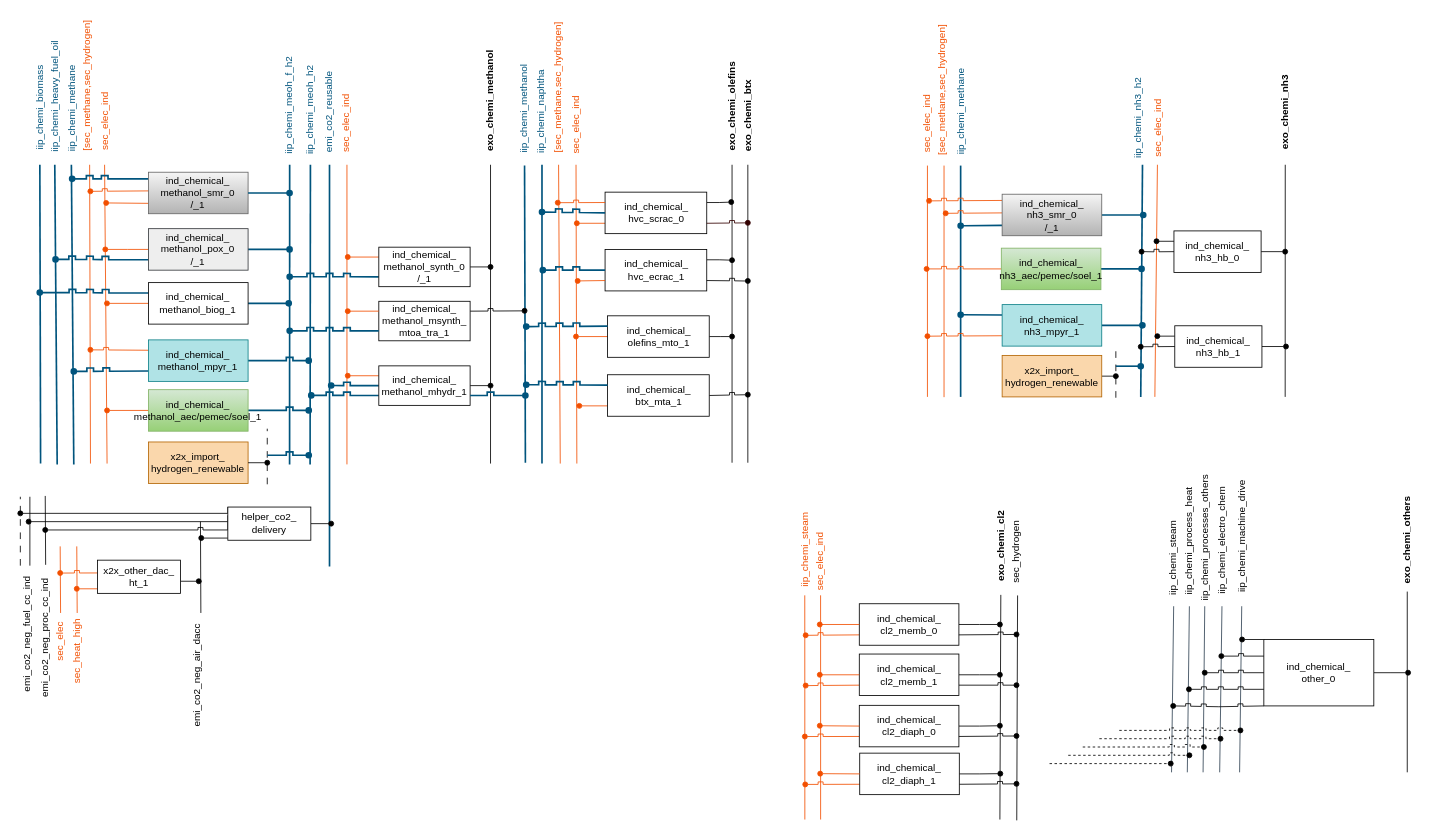
anik-ier/TAM_Industry_RES keeps this draw.io diagram as page "Chemi_SEDOS_v01" (4 of 19) of TAM_Industry_RES.drawio. Above is the earlier version. Source tidied: cells renumbered, new cells numbered last; positions are measured from the earlier drawing's top-left corner, leaving out a move shared by most shapes. Both pictures are drawn from the tidied source at 83%, with x=0, y=0 at pixel (-30, 21).
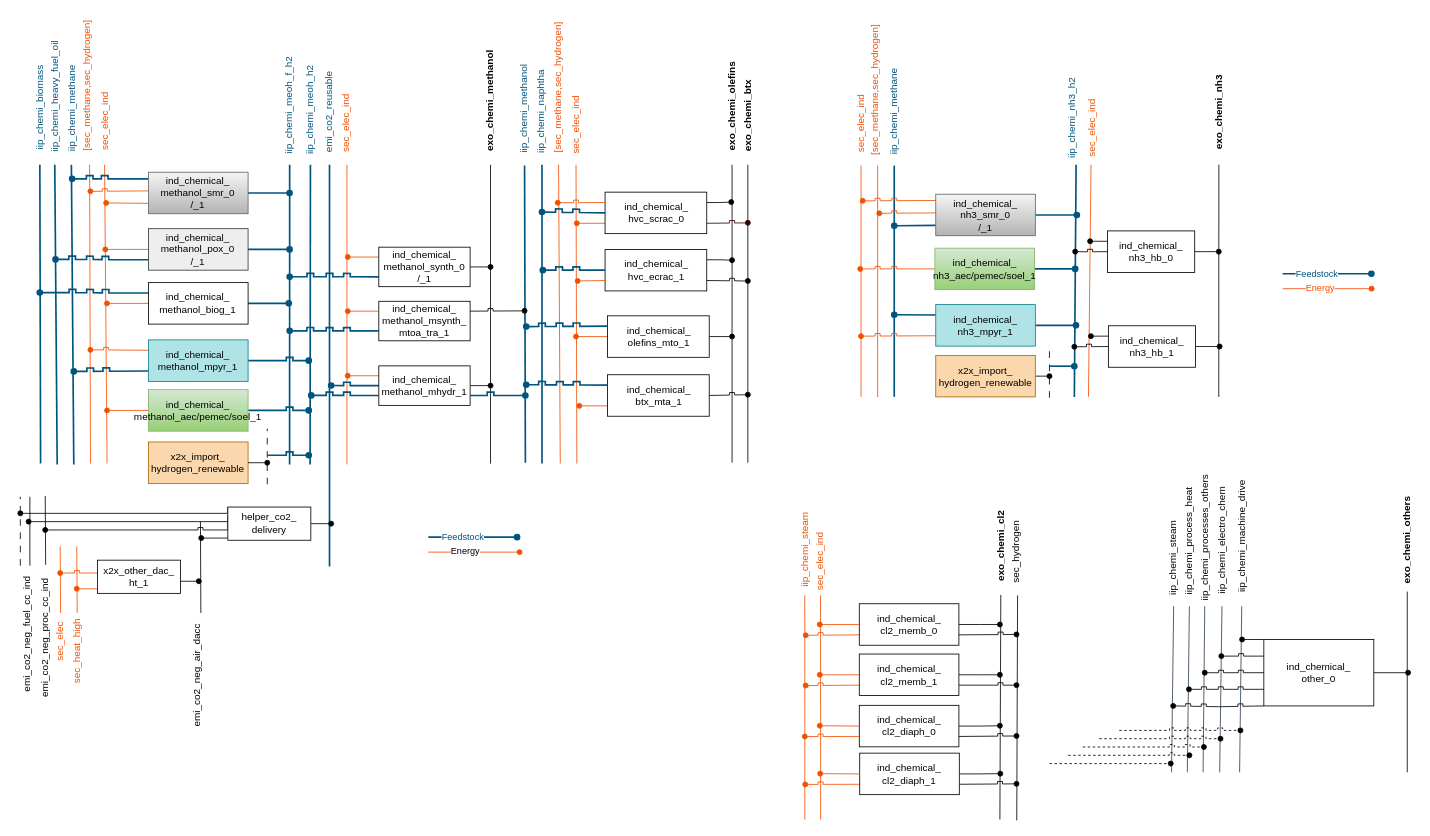
The same diagram, later.

The edit, as a diff of the source:
```diff
@@
     <mxCell id="32" value="exo_chemi_nh3" style="text;html=1;align=center;verticalAlign=middle;whiteSpace=wrap;rounded=0;rotation=270;fontStyle=1;" parent="1" vertex="1">
-      <mxGeometry x="1522" y="99.6" width="124" height="20.5" as="geometry" />
+      <mxGeometry x="1442" y="99.6" width="124" height="20.5" as="geometry" />
     </mxCell>
     <mxCell id="33" value="sec_elec_ind" style="text;html=1;strokeColor=none;fillColor=none;align=center;verticalAlign=middle;whiteSpace=wrap;rounded=0;rotation=270;fontColor=#F24F00;" parent="1" vertex="1">
-      <mxGeometry x="1390.8" y="120.1" width="80" height="17.9" as="geometry" />
+      <mxGeometry x="1310.8" y="120.1" width="80" height="17.9" as="geometry" />
     </mxCell>
     <mxCell id="34" style="endArrow=none;html=1;rounded=0;" parent="1" edge="1">
       <mxGeometry relative="1" as="geometry">
-        <mxPoint x="1583.9" y="452.7" as="sourcePoint" />
-        <mxPoint x="1584" y="173" as="targetPoint" />
+        <mxPoint x="1503.9" y="452.7" as="sourcePoint" />
+        <mxPoint x="1504" y="173" as="targetPoint" />
       </mxGeometry>
     </mxCell>
     <mxCell id="35" style="endArrow=none;html=1;rounded=0;strokeColor=#F24F00;" parent="1" edge="1">
       <mxGeometry relative="1" as="geometry">
-        <mxPoint x="1172.9" y="453" as="sourcePoint" />
-        <mxPoint x="1172.9" y="174" as="targetPoint" />
+        <mxPoint x="1092.9" y="453" as="sourcePoint" />
+        <mxPoint x="1092.9" y="174" as="targetPoint" />
       </mxGeometry>
     </mxCell>
     <mxCell id="36" value="[sec_methane,sec_hydrogen]" style="text;html=1;strokeColor=none;fillColor=none;align=center;verticalAlign=middle;whiteSpace=wrap;rounded=0;rotation=270;fontColor=#F24F00;" parent="1" vertex="1">
-      <mxGeometry x="1090" y="68" width="160" height="30" as="geometry" />
+      <mxGeometry x="1010" y="68" width="160" height="30" as="geometry" />
     </mxCell>
     <mxCell id="37" style="endArrow=none;html=1;rounded=0;strokeColor=#00547D;strokeWidth=2;" parent="1" edge="1">
       <mxGeometry relative="1" as="geometry">
-        <mxPoint x="1192.9" y="452.7" as="sourcePoint" />
-        <mxPoint x="1192.9" y="174" as="targetPoint" />
+        <mxPoint x="1112.9" y="452.7" as="sourcePoint" />
+        <mxPoint x="1112.9" y="174" as="targetPoint" />
       </mxGeometry>
     </mxCell>
     <mxCell id="38" value="iip_chemi_methane" style="text;html=1;strokeColor=none;fillColor=none;align=center;verticalAlign=middle;whiteSpace=wrap;rounded=0;rotation=270;fontColor=#00547D;" parent="1" vertex="1">
-      <mxGeometry x="1142.9" y="94" width="100" height="30" as="geometry" />
+      <mxGeometry x="1062.9" y="94" width="100" height="30" as="geometry" />
     </mxCell>
     <mxCell id="39" style="endArrow=none;html=1;rounded=0;strokeColor=#F24F00;" parent="1" edge="1">
       <mxGeometry relative="1" as="geometry">
-        <mxPoint x="1152.9" y="452.7" as="sourcePoint" />
-        <mxPoint x="1152.9" y="174" as="targetPoint" />
+        <mxPoint x="1072.9" y="452.7" as="sourcePoint" />
+        <mxPoint x="1072.9" y="174" as="targetPoint" />
       </mxGeometry>
     </mxCell>
     <mxCell id="40" value="sec_elec_ind" style="text;html=1;strokeColor=none;fillColor=none;align=center;verticalAlign=middle;whiteSpace=wrap;rounded=0;rotation=270;fontColor=#F24F00;" parent="1" vertex="1">
-      <mxGeometry x="1114.4" y="108" width="77" height="30" as="geometry" />
+      <mxGeometry x="1034.4" y="108" width="77" height="30" as="geometry" />
     </mxCell>
     <mxCell id="41" style="group;" parent="1" vertex="1">
-      <mxGeometry x="1172.9" y="208.5" width="190" height="60" as="geometry" />
+      <mxGeometry x="1092.9" y="208.5" width="190" height="60" as="geometry" />
     </mxCell>
@@
     <mxCell id="47" style="group;" parent="1" vertex="1">
-      <mxGeometry x="1152.9" y="341.5" width="210" height="60" as="geometry" />
+      <mxGeometry x="1072.9" y="341.5" width="210" height="60" as="geometry" />
     </mxCell>
@@
     <mxCell id="52" style="edgeStyle=orthogonalEdgeStyle;rounded=0;jettySize=auto;html=1;exitX=0;exitY=0.5;exitDx=0;exitDy=0;endArrow=oval;endFill=1;jumpStyle=sharp;strokeColor=#F24F00;" parent="1" edge="1" source="54">
       <mxGeometry relative="1" as="geometry">
-        <mxPoint x="1151.9" y="298.5" as="targetPoint" />
+        <mxPoint x="1071.9" y="298.5" as="targetPoint" />
       </mxGeometry>
     </mxCell>
     <mxCell id="53" style="edgeStyle=orthogonalEdgeStyle;rounded=0;jettySize=auto;html=1;exitX=1;exitY=0.5;exitDx=0;exitDy=0;endArrow=oval;endFill=1;strokeColor=#00547D;jumpStyle=sharp;targetPerimeterSpacing=0;sourcePerimeterSpacing=0;strokeWidth=2;" parent="1" edge="1" source="54">
       <mxGeometry relative="1" as="geometry">
-        <mxPoint x="1410.9" y="298.5" as="targetPoint" />
+        <mxPoint x="1330.9" y="298.5" as="targetPoint" />
       </mxGeometry>
     </mxCell>
     <mxCell id="54" value="&lt;div&gt;ind_chemical_&lt;/div&gt;&lt;div&gt;nh3_aec/pemec/soel_1&lt;/div&gt;" style="rounded=0;whiteSpace=wrap;html=1;fillColor=#d5e8d4;gradientColor=#97d077;strokeColor=#82b366;" parent="1" vertex="1">
-      <mxGeometry x="1241.9" y="273.5" width="120" height="50" as="geometry" />
+      <mxGeometry x="1161.9" y="273.5" width="120" height="50" as="geometry" />
     </mxCell>
     <mxCell id="55" style="group;" parent="1" vertex="1">
-      <mxGeometry x="1242.9" y="402.7" width="250" height="50" as="geometry" />
+      <mxGeometry x="1162.9" y="402.7" width="250" height="50" as="geometry" />
     </mxCell>
@@
     <mxCell id="59" value="iip_chemi_nh3_h2" style="text;html=1;strokeColor=none;fillColor=none;align=center;verticalAlign=middle;whiteSpace=wrap;rounded=0;rotation=270;fontColor=#00547D;" parent="1" vertex="1">
-      <mxGeometry x="1342.8" y="108" width="128" height="17.9" as="geometry" />
+      <mxGeometry x="1262.8" y="108" width="128" height="17.9" as="geometry" />
     </mxCell>
     <mxCell id="60" style="endArrow=none;html=1;rounded=0;fillColor=#647687;strokeColor=#00547D;strokeWidth=2;" parent="1" edge="1">
       <mxGeometry relative="1" as="geometry">
-        <mxPoint x="1409.9" y="452.7" as="sourcePoint" />
-        <mxPoint x="1412" y="173" as="targetPoint" />
+        <mxPoint x="1329.9" y="452.7" as="sourcePoint" />
+        <mxPoint x="1332" y="173" as="targetPoint" />
       </mxGeometry>
     </mxCell>
     <mxCell id="61" style="endArrow=none;html=1;rounded=0;strokeColor=#F24F00;" parent="1" edge="1">
       <mxGeometry relative="1" as="geometry">
-        <mxPoint x="1426.9" y="452.7" as="sourcePoint" />
-        <mxPoint x="1430" y="173" as="targetPoint" />
+        <mxPoint x="1346.9" y="452.7" as="sourcePoint" />
+        <mxPoint x="1350" y="173" as="targetPoint" />
       </mxGeometry>
     </mxCell>
     <mxCell id="62" style="group;" parent="1" vertex="1">
-      <mxGeometry x="1391" y="280" width="255" height="172.8" as="geometry" />
+      <mxGeometry x="1311" y="280" width="255" height="172.8" as="geometry" />
     </mxCell>
@@
     <mxCell id="67" style="group;" parent="1" vertex="1">
-      <mxGeometry x="1408.9" y="252.7" width="193" height="50" as="geometry" />
+      <mxGeometry x="1328.9" y="252.7" width="193" height="50" as="geometry" />
     </mxCell>
@@
     <mxCell id="213" style="endArrow=oval;html=1;rounded=0;hachureGap=4;fontFamily=Architects Daughter;endFill=1;strokeColor=#00547D;strokeWidth=2;" parent="1" edge="1">
       <mxGeometry relative="1" as="geometry">
-        <mxPoint x="1379.9" y="415.7" as="sourcePoint" />
-        <mxPoint x="1409.9" y="415.7" as="targetPoint" />
+        <mxPoint x="1299.9" y="415.7" as="sourcePoint" />
+        <mxPoint x="1329.9" y="415.7" as="targetPoint" />
       </mxGeometry>
     </mxCell>
@@
+    <mxCell id="215" style="edgeStyle=orthogonalEdgeStyle;rounded=0;orthogonalLoop=1;jettySize=auto;html=1;strokeColor=#00547D;strokeWidth=2;endArrow=oval;endFill=1;" parent="1" edge="1">
+      <mxGeometry relative="1" as="geometry">
+        <mxPoint x="551.5" y="621.7" as="sourcePoint" />
+        <mxPoint x="658.5" y="621.7" as="targetPoint" />
+        <Array as="points">
+          <mxPoint x="551.5" y="621.7" />
+          <mxPoint x="619.5" y="621.7" />
+        </Array>
+      </mxGeometry>
+    </mxCell>
+    <mxCell id="216" value="Feedstock" style="edgeLabel;html=1;align=center;verticalAlign=middle;fontColor=#00547D;" parent="215" vertex="1">
+      <mxGeometry x="-0.23" relative="1" as="geometry" />
+    </mxCell>
+    <mxCell id="217" style="edgeStyle=orthogonalEdgeStyle;rounded=0;orthogonalLoop=1;jettySize=auto;html=1;strokeColor=#F24F00;strokeWidth=1;endArrow=oval;endFill=1;" parent="1" edge="1">
+      <mxGeometry relative="1" as="geometry">
+        <mxPoint x="551.5" y="639.7" as="sourcePoint" />
+        <mxPoint x="661.5" y="639.7" as="targetPoint" />
+        <Array as="points">
+          <mxPoint x="661.5" y="639.3" />
+        </Array>
+      </mxGeometry>
+    </mxCell>
+    <mxCell id="218" value="Energy" style="edgeLabel;html=1;align=center;verticalAlign=middle;" parent="217" vertex="1">
+      <mxGeometry x="-0.2" y="2" relative="1" as="geometry" />
+    </mxCell>
+    <mxCell id="219" style="edgeStyle=orthogonalEdgeStyle;rounded=0;orthogonalLoop=1;jettySize=auto;html=1;strokeColor=#00547D;strokeWidth=2;endArrow=oval;endFill=1;" parent="1" edge="1">
+      <mxGeometry relative="1" as="geometry">
+        <mxPoint x="1580.8" y="304.3" as="sourcePoint" />
+        <mxPoint x="1687.8" y="304.3" as="targetPoint" />
+        <Array as="points">
+          <mxPoint x="1580.8" y="304.3" />
+          <mxPoint x="1648.8" y="304.3" />
+        </Array>
+      </mxGeometry>
+    </mxCell>
+    <mxCell id="220" value="Feedstock" style="edgeLabel;html=1;align=center;verticalAlign=middle;fontColor=#00547D;" parent="219" vertex="1">
+      <mxGeometry x="-0.23" relative="1" as="geometry" />
+    </mxCell>
+    <mxCell id="221" style="edgeStyle=orthogonalEdgeStyle;rounded=0;orthogonalLoop=1;jettySize=auto;html=1;strokeColor=#F24F00;strokeWidth=1;endArrow=oval;endFill=1;" parent="1" edge="1">
+      <mxGeometry relative="1" as="geometry">
+        <mxPoint x="1580.8" y="322.3" as="sourcePoint" />
+        <mxPoint x="1688" y="322.3" as="targetPoint" />
+        <Array as="points">
+          <mxPoint x="1690.8" y="322" />
+        </Array>
+      </mxGeometry>
+    </mxCell>
+    <mxCell id="222" value="Energy" style="edgeLabel;html=1;align=center;verticalAlign=middle;fontColor=#F24F00;" parent="221" vertex="1">
+      <mxGeometry x="-0.2" y="2" relative="1" as="geometry" />
+    </mxCell>
```
